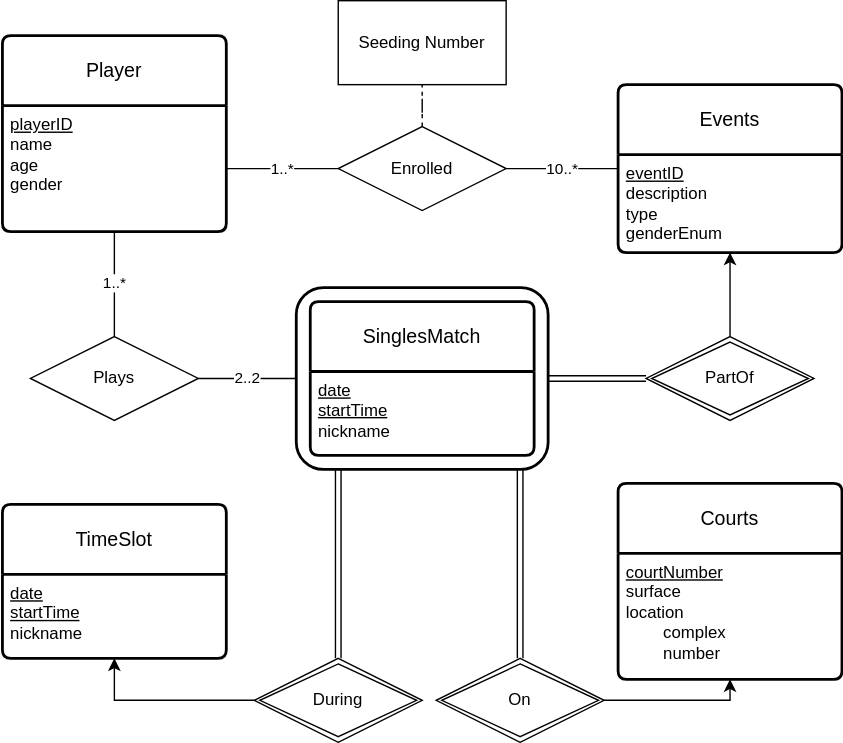
The draw.io diagram Classes + Uni/PDS/Homeworks/Homework 1/Drawings/P3Sa.svg in ivanearisty/obsidian, before a commit. Source tidied: cells renumbered, new cells last; positions are measured from the earlier drawing's top-left corner, leaving out a move shared by most shapes. Its diagram source:
```xml
<mxGraphModel>
  <root>
    <mxCell id="0" />
    <mxCell id="1" parent="0" />
    <mxCell id="2" value="Player" style="swimlane;horizontal=1;startSize=50;rounded=1;fontSize=14;fontStyle=0;strokeWidth=2;shadow=0;dashed=0;align=center;arcSize=4;whiteSpace=wrap;html=1;" parent="1" vertex="1">
      <mxGeometry y="25" width="160" height="140" as="geometry" />
    </mxCell>
    <mxCell id="3" value="&lt;u&gt;playerID&lt;/u&gt;&lt;div&gt;name&lt;/div&gt;&lt;div&gt;age&lt;/div&gt;&lt;div&gt;gender&lt;/div&gt;" style="align=left;strokeColor=none;fillColor=none;spacingLeft=4;fontSize=12;verticalAlign=top;html=1;" parent="2" vertex="1">
      <mxGeometry y="50" width="160" height="90" as="geometry" />
    </mxCell>
    <mxCell id="4" value="Events" style="swimlane;horizontal=1;startSize=50;rounded=1;fontSize=14;fontStyle=0;strokeWidth=2;shadow=0;dashed=0;align=center;arcSize=4;whiteSpace=wrap;html=1;" parent="1" vertex="1">
      <mxGeometry x="440" y="60" width="160" height="120" as="geometry" />
    </mxCell>
    <mxCell id="5" value="&lt;u&gt;eventID&lt;/u&gt;&lt;div&gt;description&lt;/div&gt;&lt;div&gt;type&lt;/div&gt;&lt;div&gt;genderEnum&lt;/div&gt;" style="align=left;strokeColor=none;fillColor=none;spacingLeft=4;fontSize=12;verticalAlign=top;html=1;" parent="4" vertex="1">
      <mxGeometry y="50" width="160" height="70" as="geometry" />
    </mxCell>
    <mxCell id="6" value="Courts" style="swimlane;horizontal=1;startSize=50;rounded=1;fontSize=14;fontStyle=0;strokeWidth=2;shadow=0;dashed=0;align=center;arcSize=4;whiteSpace=wrap;html=1;" parent="1" vertex="1">
      <mxGeometry x="440" y="345" width="160" height="140" as="geometry" />
    </mxCell>
    <mxCell id="7" value="&lt;u&gt;courtNumber&lt;/u&gt;&lt;div&gt;surface&lt;/div&gt;&lt;div&gt;location&lt;/div&gt;&lt;div&gt;&lt;span style=&quot;white-space: pre;&quot;&gt;&#9;&lt;/span&gt;complex&lt;br&gt;&lt;/div&gt;&lt;div&gt;&lt;span style=&quot;white-space: pre;&quot;&gt;&#9;&lt;/span&gt;number&lt;br&gt;&lt;/div&gt;" style="align=left;strokeColor=none;fillColor=none;spacingLeft=4;fontSize=12;verticalAlign=top;html=1;" parent="6" vertex="1">
      <mxGeometry y="50" width="160" height="90" as="geometry" />
    </mxCell>
    <mxCell id="8" value="TimeSlot" style="swimlane;horizontal=1;startSize=50;rounded=1;fontSize=14;fontStyle=0;strokeWidth=2;shadow=0;dashed=0;align=center;arcSize=4;whiteSpace=wrap;html=1;" parent="1" vertex="1">
      <mxGeometry y="360" width="160" height="110" as="geometry" />
    </mxCell>
    <mxCell id="9" value="&lt;u&gt;date&lt;/u&gt;&lt;div&gt;&lt;u&gt;startTime&lt;/u&gt;&lt;/div&gt;&lt;div&gt;nickname&lt;/div&gt;" style="align=left;strokeColor=none;fillColor=none;spacingLeft=4;fontSize=12;verticalAlign=top;html=1;" parent="8" vertex="1">
      <mxGeometry y="50" width="160" height="60" as="geometry" />
    </mxCell>
    <mxCell id="10" value="10..*" style="edgeStyle=orthogonalEdgeStyle;rounded=0;jettySize=auto;html=1;endArrow=none;endFill=0;" parent="1" edge="1" source="12" target="4">
      <mxGeometry relative="1" as="geometry" />
    </mxCell>
    <mxCell id="11" style="edgeStyle=orthogonalEdgeStyle;rounded=0;jettySize=auto;html=1;dashed=1;endArrow=none;endFill=0;" parent="1" edge="1" source="12" target="18">
      <mxGeometry relative="1" as="geometry" />
    </mxCell>
    <mxCell id="12" value="Enrolled" style="shape=rhombus;perimeter=rhombusPerimeter;whiteSpace=wrap;html=1;align=center;" parent="1" vertex="1">
      <mxGeometry x="240" y="90" width="120" height="60" as="geometry" />
    </mxCell>
    <mxCell id="13" value="1..*" style="edgeStyle=orthogonalEdgeStyle;rounded=0;jettySize=auto;html=1;endArrow=none;endFill=0;" parent="1" edge="1" source="3" target="12">
      <mxGeometry relative="1" as="geometry" />
    </mxCell>
    <mxCell id="14" style="group;" parent="1" vertex="1">
      <mxGeometry x="210" y="205" width="180" height="130" as="geometry" />
    </mxCell>
    <mxCell id="15" style="rounded=1;whiteSpace=wrap;html=1;fillColor=none;strokeWidth=2;" parent="14" vertex="1">
      <mxGeometry width="180" height="130" as="geometry" />
    </mxCell>
    <mxCell id="16" value="SinglesMatch" style="swimlane;horizontal=1;startSize=50;rounded=1;fontSize=14;fontStyle=0;strokeWidth=2;shadow=0;dashed=0;align=center;arcSize=4;whiteSpace=wrap;html=1;" parent="14" vertex="1">
      <mxGeometry x="10" y="10" width="160" height="110" as="geometry" />
    </mxCell>
    <mxCell id="17" value="&lt;u&gt;date&lt;/u&gt;&lt;div&gt;&lt;u&gt;startTime&lt;/u&gt;&lt;/div&gt;&lt;div&gt;nickname&lt;/div&gt;" style="align=left;strokeColor=none;fillColor=none;spacingLeft=4;fontSize=12;verticalAlign=top;html=1;" parent="16" vertex="1">
      <mxGeometry y="50" width="160" height="60" as="geometry" />
    </mxCell>
    <mxCell id="18" value="Seeding Number" style="whiteSpace=wrap;html=1;" parent="1" vertex="1">
      <mxGeometry x="240" width="120" height="60" as="geometry" />
    </mxCell>
    <mxCell id="19" style="edgeStyle=orthogonalEdgeStyle;rounded=0;jettySize=auto;html=1;" parent="1" edge="1" source="20" target="4">
      <mxGeometry relative="1" as="geometry" />
    </mxCell>
    <mxCell id="20" value="PartOf" style="shape=rhombus;double=1;perimeter=rhombusPerimeter;whiteSpace=wrap;html=1;align=center;" parent="1" vertex="1">
      <mxGeometry x="460" y="240" width="120" height="60" as="geometry" />
    </mxCell>
    <mxCell id="21" style="edgeStyle=orthogonalEdgeStyle;rounded=0;jettySize=auto;html=1;shape=link;" parent="1" edge="1" source="15" target="20">
      <mxGeometry relative="1" as="geometry" />
    </mxCell>
    <mxCell id="22" style="edgeStyle=orthogonalEdgeStyle;rounded=0;jettySize=auto;html=1;" parent="1" edge="1" source="23" target="8">
      <mxGeometry relative="1" as="geometry">
        <Array as="points">
          <mxPoint x="80" y="500" />
        </Array>
      </mxGeometry>
    </mxCell>
    <mxCell id="23" value="During" style="shape=rhombus;double=1;perimeter=rhombusPerimeter;whiteSpace=wrap;html=1;align=center;" parent="1" vertex="1">
      <mxGeometry x="180" y="470" width="120" height="60" as="geometry" />
    </mxCell>
    <mxCell id="24" style="edgeStyle=orthogonalEdgeStyle;rounded=0;jettySize=auto;html=1;" parent="1" edge="1" source="25" target="6">
      <mxGeometry relative="1" as="geometry">
        <Array as="points">
          <mxPoint x="520" y="500" />
        </Array>
      </mxGeometry>
    </mxCell>
    <mxCell id="25" value="On" style="shape=rhombus;double=1;perimeter=rhombusPerimeter;whiteSpace=wrap;html=1;align=center;" parent="1" vertex="1">
      <mxGeometry x="310" y="470" width="120" height="60" as="geometry" />
    </mxCell>
    <mxCell id="26" style="edgeStyle=orthogonalEdgeStyle;rounded=0;jettySize=auto;html=1;shape=link;" parent="1" edge="1" source="15" target="23">
      <mxGeometry relative="1" as="geometry">
        <Array as="points">
          <mxPoint x="240" y="375" />
          <mxPoint x="240" y="375" />
        </Array>
      </mxGeometry>
    </mxCell>
    <mxCell id="27" style="edgeStyle=orthogonalEdgeStyle;rounded=0;jettySize=auto;html=1;shape=link;" parent="1" edge="1" source="15" target="25">
      <mxGeometry relative="1" as="geometry">
        <Array as="points">
          <mxPoint x="370" y="375" />
          <mxPoint x="370" y="375" />
        </Array>
      </mxGeometry>
    </mxCell>
    <mxCell id="28" value="2..2" style="edgeStyle=orthogonalEdgeStyle;rounded=0;jettySize=auto;html=1;endArrow=none;endFill=0;" parent="1" edge="1" source="30" target="15">
      <mxGeometry relative="1" as="geometry" />
    </mxCell>
    <mxCell id="29" value="1..*" style="edgeStyle=orthogonalEdgeStyle;rounded=0;jettySize=auto;html=1;endArrow=none;endFill=0;" parent="1" edge="1" source="30" target="2">
      <mxGeometry relative="1" as="geometry" />
    </mxCell>
    <mxCell id="30" value="Plays" style="shape=rhombus;perimeter=rhombusPerimeter;whiteSpace=wrap;html=1;align=center;" parent="1" vertex="1">
      <mxGeometry x="20" y="240" width="120" height="60" as="geometry" />
    </mxCell>
  </root>
</mxGraphModel>
```
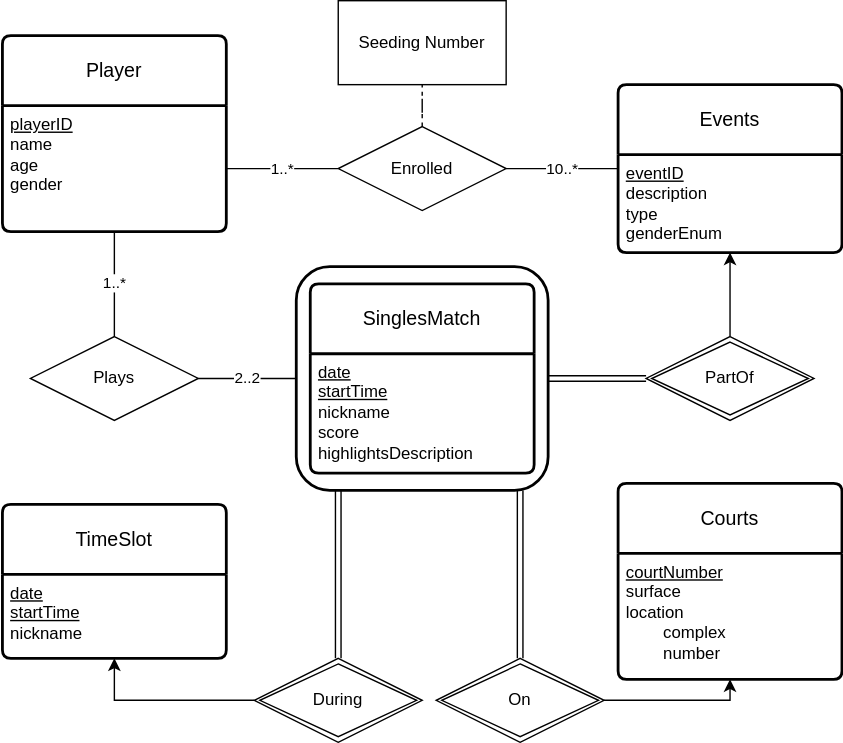
The same diagram one commit later.

Diff of the diagram source:
```diff
@@ -39,16 +39,16 @@
       <mxGeometry relative="1" as="geometry" />
     </mxCell>
     <mxCell id="14" style="group;" parent="1" vertex="1">
-      <mxGeometry x="210" y="205" width="180" height="130" as="geometry" />
+      <mxGeometry x="210" y="190" width="180" height="160" as="geometry" />
     </mxCell>
     <mxCell id="15" style="rounded=1;whiteSpace=wrap;html=1;fillColor=none;strokeWidth=2;" parent="14" vertex="1">
-      <mxGeometry width="180" height="130" as="geometry" />
+      <mxGeometry width="180" height="160" as="geometry" />
     </mxCell>
     <mxCell id="16" value="SinglesMatch" style="swimlane;horizontal=1;startSize=50;rounded=1;fontSize=14;fontStyle=0;strokeWidth=2;shadow=0;dashed=0;align=center;arcSize=4;whiteSpace=wrap;html=1;" parent="14" vertex="1">
-      <mxGeometry x="10" y="10" width="160" height="110" as="geometry" />
+      <mxGeometry x="10" y="12.3" width="160" height="135.4" as="geometry" />
     </mxCell>
-    <mxCell id="17" value="&lt;u&gt;date&lt;/u&gt;&lt;div&gt;&lt;u&gt;startTime&lt;/u&gt;&lt;/div&gt;&lt;div&gt;nickname&lt;/div&gt;" style="align=left;strokeColor=none;fillColor=none;spacingLeft=4;fontSize=12;verticalAlign=top;html=1;" parent="16" vertex="1">
-      <mxGeometry y="50" width="160" height="60" as="geometry" />
+    <mxCell id="17" value="&lt;u&gt;date&lt;/u&gt;&lt;div&gt;&lt;u&gt;startTime&lt;/u&gt;&lt;/div&gt;&lt;div&gt;nickname&lt;/div&gt;&lt;div&gt;score&lt;/div&gt;&lt;div&gt;highlightsDescription&lt;/div&gt;" style="align=left;strokeColor=none;fillColor=none;spacingLeft=4;fontSize=12;verticalAlign=top;html=1;" parent="16" vertex="1">
+      <mxGeometry y="50" width="160" height="85.4" as="geometry" />
     </mxCell>
     <mxCell id="18" value="Seeding Number" style="whiteSpace=wrap;html=1;" parent="1" vertex="1">
       <mxGeometry x="240" width="120" height="60" as="geometry" />
```
